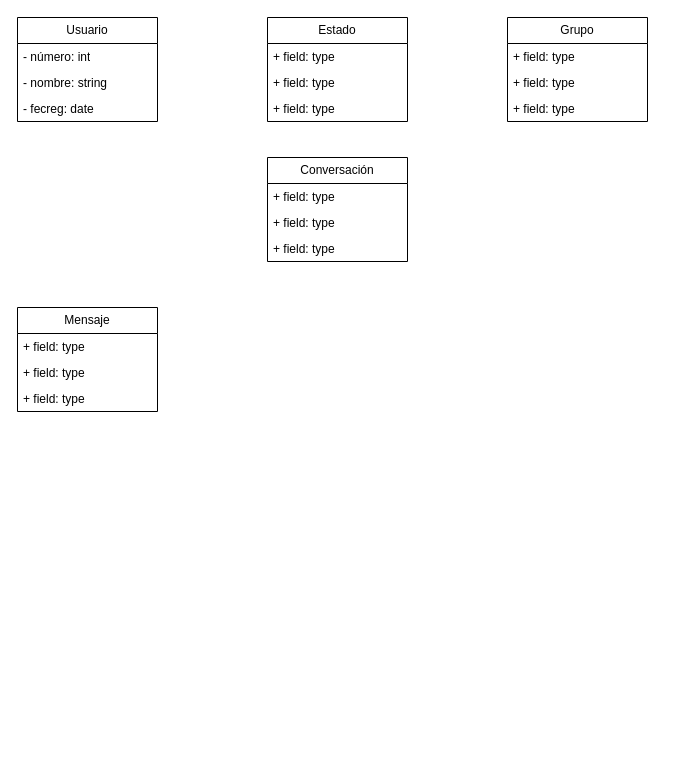
Before: Lab2.drawio in rofernandezm/laboratorio2Pav2023, a draw.io diagram. Source tidied: cells renumbered, new cells numbered last; positions are measured from the earlier drawing's top-left corner, leaving out a move shared by most shapes. Both pictures are drawn from the tidied source at 100%, with x=0, y=0 at pixel (17, 17).
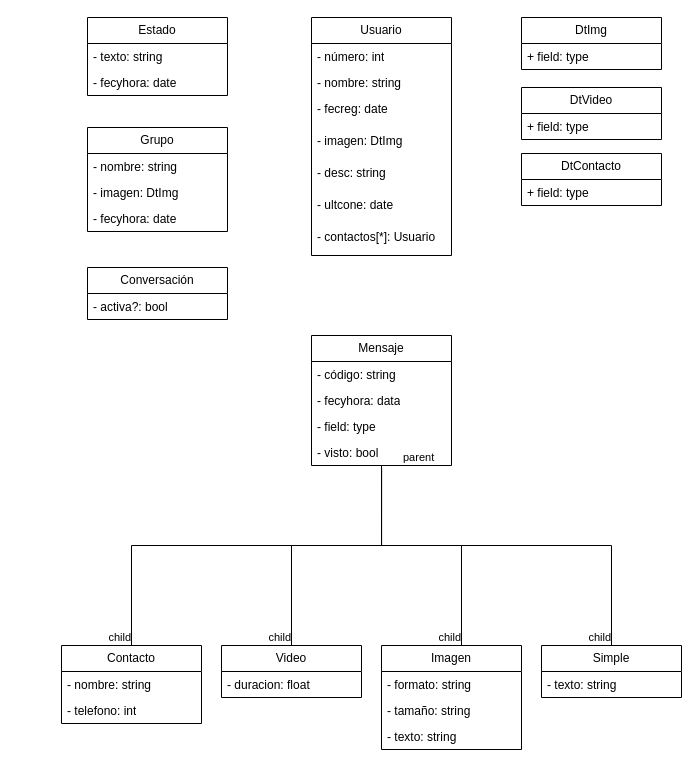
The same page after the edit.

Diff of the diagram source:
```diff
@@
     <mxCell id="2" value="Usuario" style="swimlane;fontStyle=0;horizontal=1;startSize=26;fillColor=none;whiteSpace=wrap;html=1;" parent="1" vertex="1">
-      <mxGeometry width="140" height="104" as="geometry" />
+      <mxGeometry x="294" width="140" height="238" as="geometry" />
     </mxCell>
@@
     <mxCell id="5" value="- fecreg: date" style="text;strokeColor=none;fillColor=none;align=left;verticalAlign=top;spacingLeft=4;spacingRight=4;overflow=hidden;whiteSpace=wrap;html=1;" parent="2" vertex="1">
-      <mxGeometry y="78" width="140" height="26" as="geometry" />
+      <mxGeometry y="78" width="140" height="32" as="geometry" />
     </mxCell>
+    <mxCell id="22" value="- imagen: DtImg" style="text;strokeColor=none;fillColor=none;align=left;verticalAlign=top;spacingLeft=4;spacingRight=4;overflow=hidden;whiteSpace=wrap;html=1;" parent="2" vertex="1">
+      <mxGeometry y="110" width="140" height="32" as="geometry" />
+    </mxCell>
+    <mxCell id="23" value="- desc: string" style="text;strokeColor=none;fillColor=none;align=left;verticalAlign=top;spacingLeft=4;spacingRight=4;overflow=hidden;whiteSpace=wrap;html=1;" parent="2" vertex="1">
+      <mxGeometry y="142" width="140" height="32" as="geometry" />
+    </mxCell>
+    <mxCell id="24" value="- ultcone: date" style="text;strokeColor=none;fillColor=none;align=left;verticalAlign=top;spacingLeft=4;spacingRight=4;overflow=hidden;whiteSpace=wrap;html=1;" parent="2" vertex="1">
+      <mxGeometry y="174" width="140" height="32" as="geometry" />
+    </mxCell>
+    <mxCell id="25" value="- contactos[*]: Usuario&amp;nbsp;" style="text;strokeColor=none;fillColor=none;align=left;verticalAlign=top;spacingLeft=4;spacingRight=4;overflow=hidden;whiteSpace=wrap;html=1;" parent="2" vertex="1">
+      <mxGeometry y="206" width="140" height="32" as="geometry" />
+    </mxCell>
     <mxCell id="6" value="Conversación" style="swimlane;fontStyle=0;horizontal=1;startSize=26;fillColor=none;whiteSpace=wrap;html=1;" parent="1" vertex="1">
-      <mxGeometry x="250" y="140" width="140" height="104" as="geometry" />
+      <mxGeometry x="70" y="250" width="140" height="52" as="geometry" />
     </mxCell>
-    <mxCell id="7" value="+ field: type" style="text;strokeColor=none;fillColor=none;align=left;verticalAlign=top;spacingLeft=4;spacingRight=4;overflow=hidden;whiteSpace=wrap;html=1;" parent="6" vertex="1">
+    <mxCell id="7" value="- activa?: bool" style="text;strokeColor=none;fillColor=none;align=left;verticalAlign=top;spacingLeft=4;spacingRight=4;overflow=hidden;whiteSpace=wrap;html=1;" parent="6" vertex="1">
       <mxGeometry y="26" width="140" height="26" as="geometry" />
     </mxCell>
-    <mxCell id="8" value="+ field: type" style="text;strokeColor=none;fillColor=none;align=left;verticalAlign=top;spacingLeft=4;spacingRight=4;overflow=hidden;whiteSpace=wrap;html=1;" parent="6" vertex="1">
-      <mxGeometry y="52" width="140" height="26" as="geometry" />
-    </mxCell>
-    <mxCell id="9" value="+ field: type" style="text;strokeColor=none;fillColor=none;align=left;verticalAlign=top;spacingLeft=4;spacingRight=4;overflow=hidden;whiteSpace=wrap;html=1;" parent="6" vertex="1">
-      <mxGeometry y="78" width="140" height="26" as="geometry" />
-    </mxCell>
     <mxCell id="10" value="Mensaje" style="swimlane;fontStyle=0;horizontal=1;startSize=26;fillColor=none;whiteSpace=wrap;html=1;" parent="1" vertex="1">
-      <mxGeometry y="290" width="140" height="104" as="geometry" />
+      <mxGeometry x="294" y="318" width="140" height="130" as="geometry" />
     </mxCell>
-    <mxCell id="11" value="+ field: type" style="text;strokeColor=none;fillColor=none;align=left;verticalAlign=top;spacingLeft=4;spacingRight=4;overflow=hidden;whiteSpace=wrap;html=1;" parent="10" vertex="1">
+    <mxCell id="11" value="- código: string" style="text;strokeColor=none;fillColor=none;align=left;verticalAlign=top;spacingLeft=4;spacingRight=4;overflow=hidden;whiteSpace=wrap;html=1;" parent="10" vertex="1">
       <mxGeometry y="26" width="140" height="26" as="geometry" />
     </mxCell>
-    <mxCell id="12" value="+ field: type" style="text;strokeColor=none;fillColor=none;align=left;verticalAlign=top;spacingLeft=4;spacingRight=4;overflow=hidden;whiteSpace=wrap;html=1;" parent="10" vertex="1">
+    <mxCell id="12" value="- fecyhora: data" style="text;strokeColor=none;fillColor=none;align=left;verticalAlign=top;spacingLeft=4;spacingRight=4;overflow=hidden;whiteSpace=wrap;html=1;" parent="10" vertex="1">
       <mxGeometry y="52" width="140" height="26" as="geometry" />
     </mxCell>
-    <mxCell id="13" value="+ field: type" style="text;strokeColor=none;fillColor=none;align=left;verticalAlign=top;spacingLeft=4;spacingRight=4;overflow=hidden;whiteSpace=wrap;html=1;" parent="10" vertex="1">
+    <mxCell id="13" value="- field: type" style="text;strokeColor=none;fillColor=none;align=left;verticalAlign=top;spacingLeft=4;spacingRight=4;overflow=hidden;whiteSpace=wrap;html=1;" parent="10" vertex="1">
       <mxGeometry y="78" width="140" height="26" as="geometry" />
     </mxCell>
+    <mxCell id="26" value="- visto: bool" style="text;strokeColor=none;fillColor=none;align=left;verticalAlign=top;spacingLeft=4;spacingRight=4;overflow=hidden;points=[[0,0.5],[1,0.5]];portConstraint=eastwest;whiteSpace=wrap;html=1;" parent="10" vertex="1">
+      <mxGeometry y="104" width="140" height="26" as="geometry" />
+    </mxCell>
     <mxCell id="14" value="Grupo" style="swimlane;fontStyle=0;horizontal=1;startSize=26;fillColor=none;whiteSpace=wrap;html=1;" parent="1" vertex="1">
-      <mxGeometry x="490" width="140" height="104" as="geometry" />
+      <mxGeometry x="70" y="110" width="140" height="104" as="geometry" />
     </mxCell>
-    <mxCell id="15" value="+ field: type" style="text;strokeColor=none;fillColor=none;align=left;verticalAlign=top;spacingLeft=4;spacingRight=4;overflow=hidden;whiteSpace=wrap;html=1;" parent="14" vertex="1">
+    <mxCell id="15" value="- nombre: string" style="text;strokeColor=none;fillColor=none;align=left;verticalAlign=top;spacingLeft=4;spacingRight=4;overflow=hidden;whiteSpace=wrap;html=1;" parent="14" vertex="1">
       <mxGeometry y="26" width="140" height="26" as="geometry" />
     </mxCell>
-    <mxCell id="16" value="+ field: type" style="text;strokeColor=none;fillColor=none;align=left;verticalAlign=top;spacingLeft=4;spacingRight=4;overflow=hidden;whiteSpace=wrap;html=1;" parent="14" vertex="1">
+    <mxCell id="16" value="- imagen: DtImg" style="text;strokeColor=none;fillColor=none;align=left;verticalAlign=top;spacingLeft=4;spacingRight=4;overflow=hidden;whiteSpace=wrap;html=1;" parent="14" vertex="1">
       <mxGeometry y="52" width="140" height="26" as="geometry" />
     </mxCell>
-    <mxCell id="17" value="+ field: type" style="text;strokeColor=none;fillColor=none;align=left;verticalAlign=top;spacingLeft=4;spacingRight=4;overflow=hidden;whiteSpace=wrap;html=1;" parent="14" vertex="1">
+    <mxCell id="17" value="- fecyhora: date" style="text;strokeColor=none;fillColor=none;align=left;verticalAlign=top;spacingLeft=4;spacingRight=4;overflow=hidden;whiteSpace=wrap;html=1;" parent="14" vertex="1">
       <mxGeometry y="78" width="140" height="26" as="geometry" />
     </mxCell>
     <mxCell id="18" value="Estado" style="swimlane;fontStyle=0;horizontal=1;startSize=26;fillColor=none;whiteSpace=wrap;html=1;" parent="1" vertex="1">
-      <mxGeometry x="250" width="140" height="104" as="geometry" />
+      <mxGeometry x="70" width="140" height="78" as="geometry" />
     </mxCell>
-    <mxCell id="19" value="+ field: type" style="text;strokeColor=none;fillColor=none;align=left;verticalAlign=top;spacingLeft=4;spacingRight=4;overflow=hidden;whiteSpace=wrap;html=1;" parent="18" vertex="1">
+    <mxCell id="19" value="- texto: string" style="text;strokeColor=none;fillColor=none;align=left;verticalAlign=top;spacingLeft=4;spacingRight=4;overflow=hidden;whiteSpace=wrap;html=1;" parent="18" vertex="1">
       <mxGeometry y="26" width="140" height="26" as="geometry" />
     </mxCell>
-    <mxCell id="20" value="+ field: type" style="text;strokeColor=none;fillColor=none;align=left;verticalAlign=top;spacingLeft=4;spacingRight=4;overflow=hidden;whiteSpace=wrap;html=1;" parent="18" vertex="1">
+    <mxCell id="20" value="- fecyhora: date" style="text;strokeColor=none;fillColor=none;align=left;verticalAlign=top;spacingLeft=4;spacingRight=4;overflow=hidden;whiteSpace=wrap;html=1;" parent="18" vertex="1">
       <mxGeometry y="52" width="140" height="26" as="geometry" />
     </mxCell>
-    <mxCell id="21" value="+ field: type" style="text;strokeColor=none;fillColor=none;align=left;verticalAlign=top;spacingLeft=4;spacingRight=4;overflow=hidden;whiteSpace=wrap;html=1;" parent="18" vertex="1">
-      <mxGeometry y="78" width="140" height="26" as="geometry" />
-    </mxCell>
+    <mxCell id="27" style="endArrow=none;html=1;edgeStyle=orthogonalEdgeStyle;rounded=0;" parent="1" edge="1" target="30">
+      <mxGeometry relative="1" as="geometry">
+        <mxPoint x="364" y="448" as="sourcePoint" />
+        <Array as="points">
+          <mxPoint x="364" y="449" />
+          <mxPoint x="364" y="528" />
+          <mxPoint x="594" y="528" />
+        </Array>
+      </mxGeometry>
+    </mxCell>
+    <mxCell id="28" value="parent" style="edgeLabel;html=1;align=left;verticalAlign=bottom;" parent="27" vertex="1">
+      <mxGeometry x="-1" relative="1" as="geometry">
+        <mxPoint x="20" as="offset" />
+      </mxGeometry>
+    </mxCell>
+    <mxCell id="29" value="child" style="edgeLabel;html=1;align=right;verticalAlign=bottom;" parent="27" vertex="1">
+      <mxGeometry x="1" relative="1" as="geometry" />
+    </mxCell>
+    <mxCell id="30" value="Simple" style="swimlane;fontStyle=0;horizontal=1;startSize=26;fillColor=none;whiteSpace=wrap;html=1;" parent="1" vertex="1">
+      <mxGeometry x="524" y="628" width="140" height="52" as="geometry" />
+    </mxCell>
+    <mxCell id="31" value="- texto: string" style="text;strokeColor=none;fillColor=none;align=left;verticalAlign=top;spacingLeft=4;spacingRight=4;overflow=hidden;whiteSpace=wrap;html=1;" parent="30" vertex="1">
+      <mxGeometry y="26" width="140" height="26" as="geometry" />
+    </mxCell>
+    <mxCell id="32" value="DtImg" style="swimlane;fontStyle=0;horizontal=1;startSize=26;fillColor=none;whiteSpace=wrap;html=1;" parent="1" vertex="1">
+      <mxGeometry x="504" width="140" height="52" as="geometry" />
+    </mxCell>
+    <mxCell id="33" value="+ field: type" style="text;strokeColor=none;fillColor=none;align=left;verticalAlign=top;spacingLeft=4;spacingRight=4;overflow=hidden;whiteSpace=wrap;html=1;" parent="32" vertex="1">
+      <mxGeometry y="26" width="140" height="26" as="geometry" />
+    </mxCell>
+    <mxCell id="34" value="DtVideo" style="swimlane;fontStyle=0;horizontal=1;startSize=26;fillColor=none;whiteSpace=wrap;html=1;" parent="1" vertex="1">
+      <mxGeometry x="504" y="70" width="140" height="52" as="geometry" />
+    </mxCell>
+    <mxCell id="35" value="+ field: type" style="text;strokeColor=none;fillColor=none;align=left;verticalAlign=top;spacingLeft=4;spacingRight=4;overflow=hidden;whiteSpace=wrap;html=1;" parent="34" vertex="1">
+      <mxGeometry y="26" width="140" height="26" as="geometry" />
+    </mxCell>
+    <mxCell id="36" style="endArrow=none;html=1;edgeStyle=orthogonalEdgeStyle;rounded=0;exitX=0.501;exitY=1.092;exitDx=0;exitDy=0;exitPerimeter=0;" parent="1" edge="1" source="26" target="38">
+      <mxGeometry relative="1" as="geometry">
+        <Array as="points">
+          <mxPoint x="364" y="528" />
+          <mxPoint x="444" y="528" />
+        </Array>
+      </mxGeometry>
+    </mxCell>
+    <mxCell id="37" value="child" style="edgeLabel;html=1;align=right;verticalAlign=bottom;" parent="36" vertex="1">
+      <mxGeometry x="1" relative="1" as="geometry" />
+    </mxCell>
+    <mxCell id="38" value="Imagen" style="swimlane;fontStyle=0;horizontal=1;startSize=26;fillColor=none;whiteSpace=wrap;html=1;" parent="1" vertex="1">
+      <mxGeometry x="364" y="628" width="140" height="104" as="geometry" />
+    </mxCell>
+    <mxCell id="39" value="- formato: string" style="text;strokeColor=none;fillColor=none;align=left;verticalAlign=top;spacingLeft=4;spacingRight=4;overflow=hidden;whiteSpace=wrap;html=1;" parent="38" vertex="1">
+      <mxGeometry y="26" width="140" height="26" as="geometry" />
+    </mxCell>
+    <mxCell id="40" value="- tamaño: string" style="text;strokeColor=none;fillColor=none;align=left;verticalAlign=top;spacingLeft=4;spacingRight=4;overflow=hidden;whiteSpace=wrap;html=1;" parent="38" vertex="1">
+      <mxGeometry y="52" width="140" height="26" as="geometry" />
+    </mxCell>
+    <mxCell id="41" value="- texto: string" style="text;strokeColor=none;fillColor=none;align=left;verticalAlign=top;spacingLeft=4;spacingRight=4;overflow=hidden;whiteSpace=wrap;html=1;" parent="38" vertex="1">
+      <mxGeometry y="78" width="140" height="26" as="geometry" />
+    </mxCell>
+    <mxCell id="42" style="endArrow=none;html=1;edgeStyle=orthogonalEdgeStyle;rounded=0;" parent="1" edge="1" target="44">
+      <mxGeometry relative="1" as="geometry">
+        <mxPoint x="364" y="448" as="sourcePoint" />
+        <Array as="points">
+          <mxPoint x="364" y="528" />
+          <mxPoint x="274" y="528" />
+        </Array>
+      </mxGeometry>
+    </mxCell>
+    <mxCell id="43" value="child" style="edgeLabel;html=1;align=right;verticalAlign=bottom;" parent="42" vertex="1">
+      <mxGeometry x="1" relative="1" as="geometry" />
+    </mxCell>
+    <mxCell id="44" value="Video" style="swimlane;fontStyle=0;horizontal=1;startSize=26;fillColor=none;whiteSpace=wrap;html=1;" parent="1" vertex="1">
+      <mxGeometry x="204" y="628" width="140" height="52" as="geometry" />
+    </mxCell>
+    <mxCell id="45" value="- duracion: float" style="text;strokeColor=none;fillColor=none;align=left;verticalAlign=top;spacingLeft=4;spacingRight=4;overflow=hidden;whiteSpace=wrap;html=1;" parent="44" vertex="1">
+      <mxGeometry y="26" width="140" height="26" as="geometry" />
+    </mxCell>
+    <mxCell id="46" value="DtContacto" style="swimlane;fontStyle=0;horizontal=1;startSize=26;fillColor=none;whiteSpace=wrap;html=1;" parent="1" vertex="1">
+      <mxGeometry x="504" y="136" width="140" height="52" as="geometry" />
+    </mxCell>
+    <mxCell id="47" value="+ field: type" style="text;strokeColor=none;fillColor=none;align=left;verticalAlign=top;spacingLeft=4;spacingRight=4;overflow=hidden;whiteSpace=wrap;html=1;" parent="46" vertex="1">
+      <mxGeometry y="26" width="140" height="26" as="geometry" />
+    </mxCell>
+    <mxCell id="48" style="endArrow=none;html=1;edgeStyle=orthogonalEdgeStyle;rounded=0;" parent="1" edge="1" target="50">
+      <mxGeometry relative="1" as="geometry">
+        <mxPoint x="363" y="448" as="sourcePoint" />
+        <Array as="points">
+          <mxPoint x="364" y="448" />
+          <mxPoint x="364" y="528" />
+          <mxPoint x="114" y="528" />
+        </Array>
+      </mxGeometry>
+    </mxCell>
+    <mxCell id="49" value="child" style="edgeLabel;html=1;align=right;verticalAlign=bottom;" parent="48" vertex="1">
+      <mxGeometry x="1" relative="1" as="geometry" />
+    </mxCell>
+    <mxCell id="50" value="Contacto" style="swimlane;fontStyle=0;horizontal=1;startSize=26;fillColor=none;whiteSpace=wrap;html=1;" parent="1" vertex="1">
+      <mxGeometry x="44" y="628" width="140" height="78" as="geometry" />
+    </mxCell>
+    <mxCell id="51" value="- nombre: string" style="text;strokeColor=none;fillColor=none;align=left;verticalAlign=top;spacingLeft=4;spacingRight=4;overflow=hidden;whiteSpace=wrap;html=1;" parent="50" vertex="1">
+      <mxGeometry y="26" width="140" height="26" as="geometry" />
+    </mxCell>
+    <mxCell id="52" value="- telefono: int" style="text;strokeColor=none;fillColor=none;align=left;verticalAlign=top;spacingLeft=4;spacingRight=4;overflow=hidden;whiteSpace=wrap;html=1;" parent="50" vertex="1">
+      <mxGeometry y="52" width="140" height="26" as="geometry" />
+    </mxCell>
```
